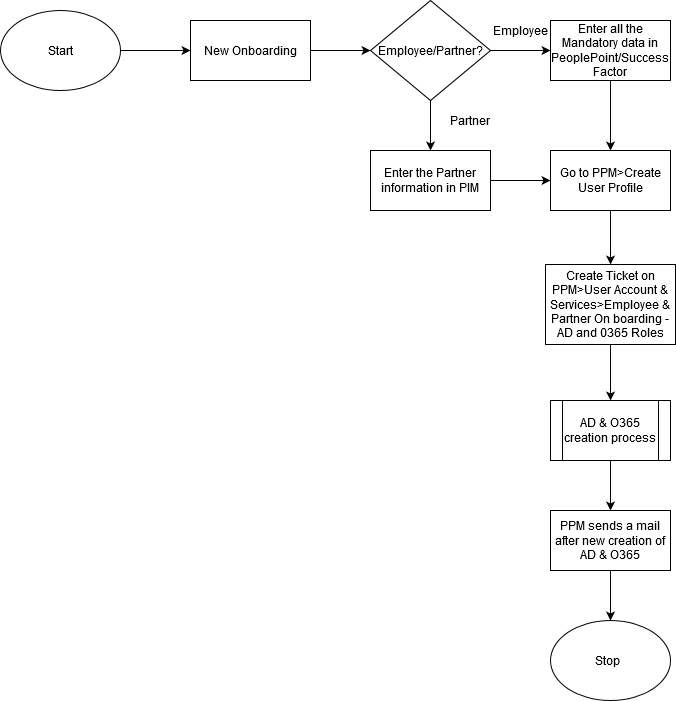
Above: AD Creation.png in Jyotiprakash-Parida/process-diagram (draw.io), before the change. Source tidied: cells renumbered, new cells last; positions are measured from the earlier drawing's top-left corner, leaving out a move shared by most shapes.
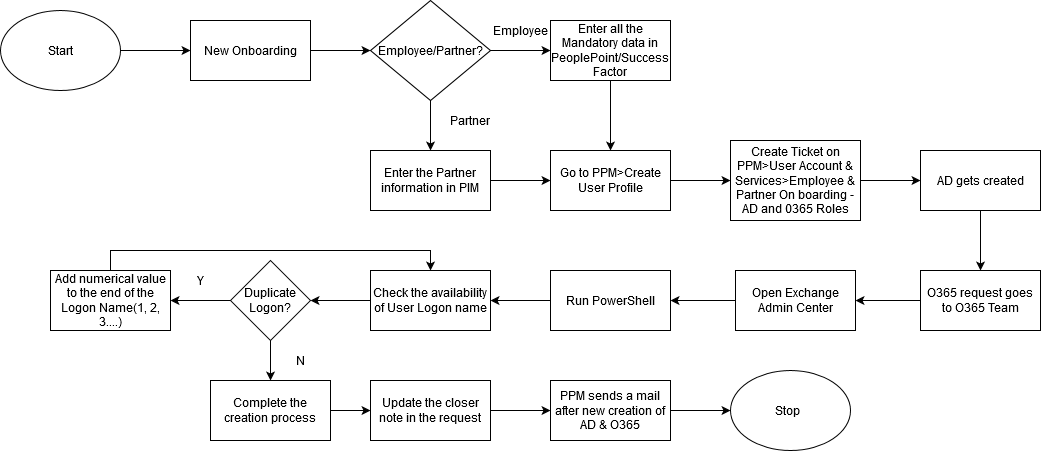
The same file after the commit.

The edit, as a diff of the source:
```diff
@@ -43,11 +43,11 @@
     <mxCell id="14" value="Partner" style="text;html=1;strokeColor=none;fillColor=none;align=center;verticalAlign=middle;whiteSpace=wrap;rounded=0;" parent="1" vertex="1">
       <mxGeometry x="450" y="110" width="40" height="20" as="geometry" />
     </mxCell>
-    <mxCell id="15" style="edgeStyle=orthogonalEdgeStyle;rounded=0;jettySize=auto;html=1;" parent="1" edge="1" source="16" target="22">
-      <mxGeometry relative="1" as="geometry" />
-    </mxCell>
+    <mxCell id="24" style="edgeStyle=orthogonalEdgeStyle;rounded=0;jettySize=auto;html=1;" parent="1" edge="1" source="16" target="26">
+      <mxGeometry relative="1" as="geometry" />
+    </mxCell>
     <mxCell id="16" value="Create Ticket on PPM&amp;gt;User Account &amp;amp; Services&amp;gt;Employee &amp;amp; Partner On boarding - AD and 0365 Roles " style="rounded=0;whiteSpace=wrap;html=1;" parent="1" vertex="1">
-      <mxGeometry x="545" y="264" width="130" height="80" as="geometry" />
+      <mxGeometry x="730" y="140" width="130" height="80" as="geometry" />
     </mxCell>
     <mxCell id="17" style="edgeStyle=orthogonalEdgeStyle;rounded=0;jettySize=auto;html=1;" parent="1" edge="1" source="18" target="16">
       <mxGeometry relative="1" as="geometry" />
@@ -59,16 +59,78 @@
       <mxGeometry relative="1" as="geometry" />
     </mxCell>
     <mxCell id="20" value="PPM sends a mail after new creation of AD &amp;amp; O365" style="rounded=0;whiteSpace=wrap;html=1;" parent="1" vertex="1">
-      <mxGeometry x="550" y="510" width="120" height="60" as="geometry" />
+      <mxGeometry x="550" y="380" width="120" height="60" as="geometry" />
     </mxCell>
-    <mxCell id="21" style="edgeStyle=orthogonalEdgeStyle;rounded=0;jettySize=auto;html=1;" parent="1" edge="1" source="22" target="20">
-      <mxGeometry relative="1" as="geometry" />
-    </mxCell>
-    <mxCell id="22" value="AD &amp;amp; O365 creation process" style="shape=process;whiteSpace=wrap;html=1;backgroundOutline=1;" parent="1" vertex="1">
-      <mxGeometry x="550" y="400" width="120" height="60" as="geometry" />
-    </mxCell>
     <mxCell id="23" value="Stop&amp;nbsp;&amp;nbsp; " style="ellipse;whiteSpace=wrap;html=1;" parent="1" vertex="1">
-      <mxGeometry x="550" y="620" width="120" height="80" as="geometry" />
+      <mxGeometry x="730" y="370" width="120" height="80" as="geometry" />
     </mxCell>
+    <mxCell id="25" style="edgeStyle=orthogonalEdgeStyle;rounded=0;jettySize=auto;html=1;" parent="1" edge="1" source="26" target="28">
+      <mxGeometry relative="1" as="geometry" />
+    </mxCell>
+    <mxCell id="26" value="AD gets created" style="rounded=0;whiteSpace=wrap;html=1;" parent="1" vertex="1">
+      <mxGeometry x="920" y="150" width="120" height="60" as="geometry" />
+    </mxCell>
+    <mxCell id="27" style="edgeStyle=orthogonalEdgeStyle;rounded=0;jettySize=auto;html=1;" parent="1" edge="1" source="28" target="30">
+      <mxGeometry relative="1" as="geometry" />
+    </mxCell>
+    <mxCell id="28" value="O365 request goes to O365 Team" style="rounded=0;whiteSpace=wrap;html=1;" parent="1" vertex="1">
+      <mxGeometry x="920" y="270" width="120" height="60" as="geometry" />
+    </mxCell>
+    <mxCell id="29" style="edgeStyle=orthogonalEdgeStyle;rounded=0;jettySize=auto;html=1;" parent="1" edge="1" source="30" target="32">
+      <mxGeometry relative="1" as="geometry" />
+    </mxCell>
+    <mxCell id="30" value="Open Exchange Admin Center" style="rounded=0;whiteSpace=wrap;html=1;" parent="1" vertex="1">
+      <mxGeometry x="735" y="270" width="120" height="60" as="geometry" />
+    </mxCell>
+    <mxCell id="31" style="edgeStyle=orthogonalEdgeStyle;rounded=0;jettySize=auto;html=1;" parent="1" edge="1" source="32" target="34">
+      <mxGeometry relative="1" as="geometry" />
+    </mxCell>
+    <mxCell id="32" value="Run PowerShell" style="rounded=0;whiteSpace=wrap;html=1;" parent="1" vertex="1">
+      <mxGeometry x="550" y="270" width="120" height="60" as="geometry" />
+    </mxCell>
+    <mxCell id="33" style="edgeStyle=orthogonalEdgeStyle;rounded=0;jettySize=auto;html=1;" parent="1" edge="1" source="34" target="39">
+      <mxGeometry relative="1" as="geometry" />
+    </mxCell>
+    <mxCell id="34" value="Check the availability of User Logon name" style="rounded=0;whiteSpace=wrap;html=1;" parent="1" vertex="1">
+      <mxGeometry x="370" y="270" width="120" height="60" as="geometry" />
+    </mxCell>
+    <mxCell id="35" style="edgeStyle=orthogonalEdgeStyle;rounded=0;jettySize=auto;html=1;" parent="1" edge="1" source="36" target="42">
+      <mxGeometry relative="1" as="geometry" />
+    </mxCell>
+    <mxCell id="36" value="Complete the creation process" style="rounded=0;whiteSpace=wrap;html=1;" parent="1" vertex="1">
+      <mxGeometry x="210" y="380" width="120" height="60" as="geometry" />
+    </mxCell>
+    <mxCell id="37" style="edgeStyle=orthogonalEdgeStyle;rounded=0;jettySize=auto;html=1;" parent="1" edge="1" source="39" target="36">
+      <mxGeometry relative="1" as="geometry" />
+    </mxCell>
+    <mxCell id="38" style="edgeStyle=orthogonalEdgeStyle;rounded=0;jettySize=auto;html=1;" parent="1" edge="1" source="39" target="45">
+      <mxGeometry relative="1" as="geometry" />
+    </mxCell>
+    <mxCell id="39" value="Duplicate Logon?" style="rhombus;whiteSpace=wrap;html=1;" parent="1" vertex="1">
+      <mxGeometry x="230" y="260" width="80" height="80" as="geometry" />
+    </mxCell>
+    <mxCell id="40" value="Y" style="text;html=1;strokeColor=none;fillColor=none;align=center;verticalAlign=middle;whiteSpace=wrap;rounded=0;" parent="1" vertex="1">
+      <mxGeometry x="180" y="270" width="40" height="20" as="geometry" />
+    </mxCell>
+    <mxCell id="41" style="edgeStyle=orthogonalEdgeStyle;rounded=0;jettySize=auto;html=1;" parent="1" edge="1" source="42" target="20">
+      <mxGeometry relative="1" as="geometry" />
+    </mxCell>
+    <mxCell id="42" value="Update the closer note in the request" style="rounded=0;whiteSpace=wrap;html=1;" parent="1" vertex="1">
+      <mxGeometry x="370" y="380" width="120" height="60" as="geometry" />
+    </mxCell>
+    <mxCell id="43" value="N" style="text;html=1;strokeColor=none;fillColor=none;align=center;verticalAlign=middle;whiteSpace=wrap;rounded=0;" parent="1" vertex="1">
+      <mxGeometry x="280" y="350" width="40" height="20" as="geometry" />
+    </mxCell>
+    <mxCell id="44" style="edgeStyle=orthogonalEdgeStyle;rounded=0;jettySize=auto;html=1;entryX=0.5;entryY=0;entryDx=0;entryDy=0;" parent="1" edge="1" source="45" target="34">
+      <mxGeometry relative="1" as="geometry">
+        <Array as="points">
+          <mxPoint x="110" y="250" />
+          <mxPoint x="430" y="250" />
+        </Array>
+      </mxGeometry>
+    </mxCell>
+    <mxCell id="45" value="Add numerical value to the end of the Logon Name(1, 2, 3....)" style="rounded=0;whiteSpace=wrap;html=1;" parent="1" vertex="1">
+      <mxGeometry x="50" y="270" width="120" height="60" as="geometry" />
+    </mxCell>
   </root>
 </mxGraphModel>
```
